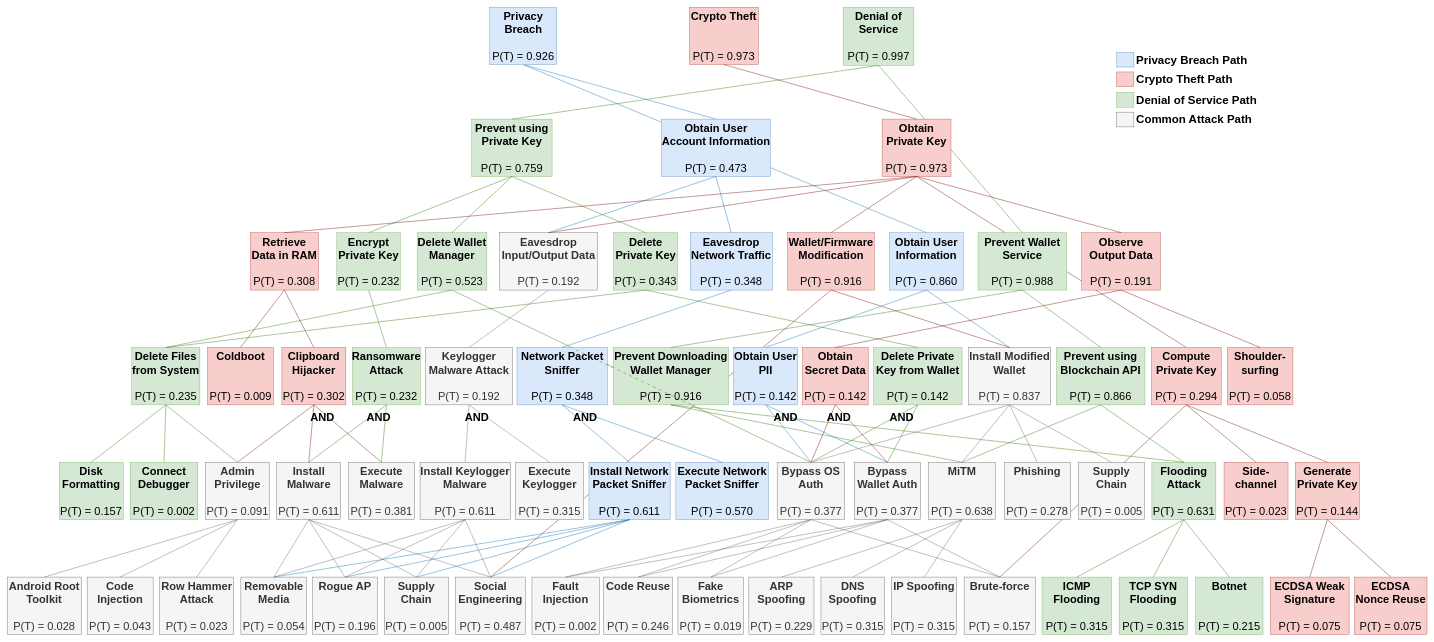
Before: page "fta-new" (18 of 20) of assets/crypto-wallets.drawio in xujiahuayz/crypto-wallets, a draw.io diagram. Source tidied: cells renumbered, new cells numbered last; positions are measured from the earlier drawing's top-left corner, leaving out a move shared by most shapes. Both pictures are drawn from the tidied source at 41%, with x=0, y=0 at pixel (7, 7).
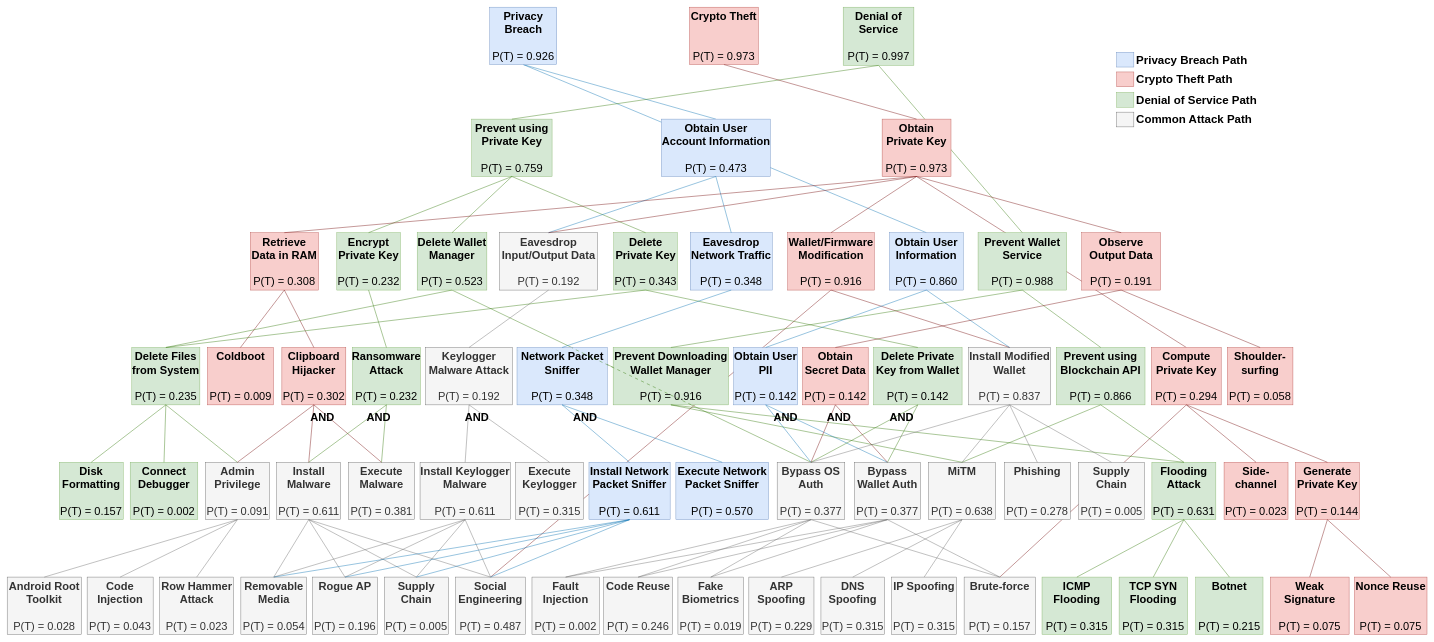
The same diagram, later.

Diff of the diagram source:
```diff
@@
-    <mxCell id="23" value="&lt;font style=&quot;font-size: 27px;&quot;&gt;&lt;b style=&quot;font-size: 27px;&quot;&gt;ECDSA Weak Signature&lt;br style=&quot;font-size: 27px;&quot;&gt;&lt;/b&gt;&lt;br style=&quot;font-size: 27px;&quot;&gt;P(T) = 0.075&lt;br style=&quot;font-size: 27px;&quot;&gt;&lt;/font&gt;" style="rounded=0;whiteSpace=wrap;html=1;fillColor=#f8cecc;strokeColor=#b85450;verticalAlign=top;fontSize=27;fontStyle=0;" parent="1" vertex="1">
+    <mxCell id="23" value="&lt;font style=&quot;font-size: 27px;&quot;&gt;&lt;b style=&quot;font-size: 27px;&quot;&gt;Weak Signature&lt;br style=&quot;font-size: 27px;&quot;&gt;&lt;/b&gt;&lt;br style=&quot;font-size: 27px;&quot;&gt;P(T) = 0.075&lt;br style=&quot;font-size: 27px;&quot;&gt;&lt;/font&gt;" style="rounded=0;whiteSpace=wrap;html=1;fillColor=#f8cecc;strokeColor=#b85450;verticalAlign=top;fontSize=27;fontStyle=0;" parent="1" vertex="1">
       <mxGeometry x="3081" y="1390" width="192" height="140" as="geometry" />
     </mxCell>
-    <mxCell id="24" value="&lt;font style=&quot;font-size: 27px;&quot;&gt;&lt;b style=&quot;font-size: 27px;&quot;&gt;ECDSA Nonce Reuse&lt;br style=&quot;font-size: 27px;&quot;&gt;&lt;/b&gt;&lt;br style=&quot;font-size: 27px;&quot;&gt;P(T) = 0.075&lt;br style=&quot;font-size: 27px;&quot;&gt;&lt;/font&gt;" style="rounded=0;whiteSpace=wrap;html=1;fillColor=#f8cecc;strokeColor=#b85450;verticalAlign=top;fontSize=27;fontStyle=0;" parent="1" vertex="1">
+    <mxCell id="24" value="&lt;font style=&quot;font-size: 27px;&quot;&gt;&lt;b style=&quot;font-size: 27px;&quot;&gt;Nonce Reuse&lt;br style=&quot;font-size: 27px;&quot;&gt;&lt;/b&gt;&lt;br&gt;&lt;br style=&quot;font-size: 27px;&quot;&gt;P(T) = 0.075&lt;br style=&quot;font-size: 27px;&quot;&gt;&lt;/font&gt;" style="rounded=0;whiteSpace=wrap;html=1;fillColor=#f8cecc;strokeColor=#b85450;verticalAlign=top;fontSize=27;fontStyle=0;" parent="1" vertex="1">
       <mxGeometry x="3286" y="1390" width="177" height="140" as="geometry" />
     </mxCell>
```
